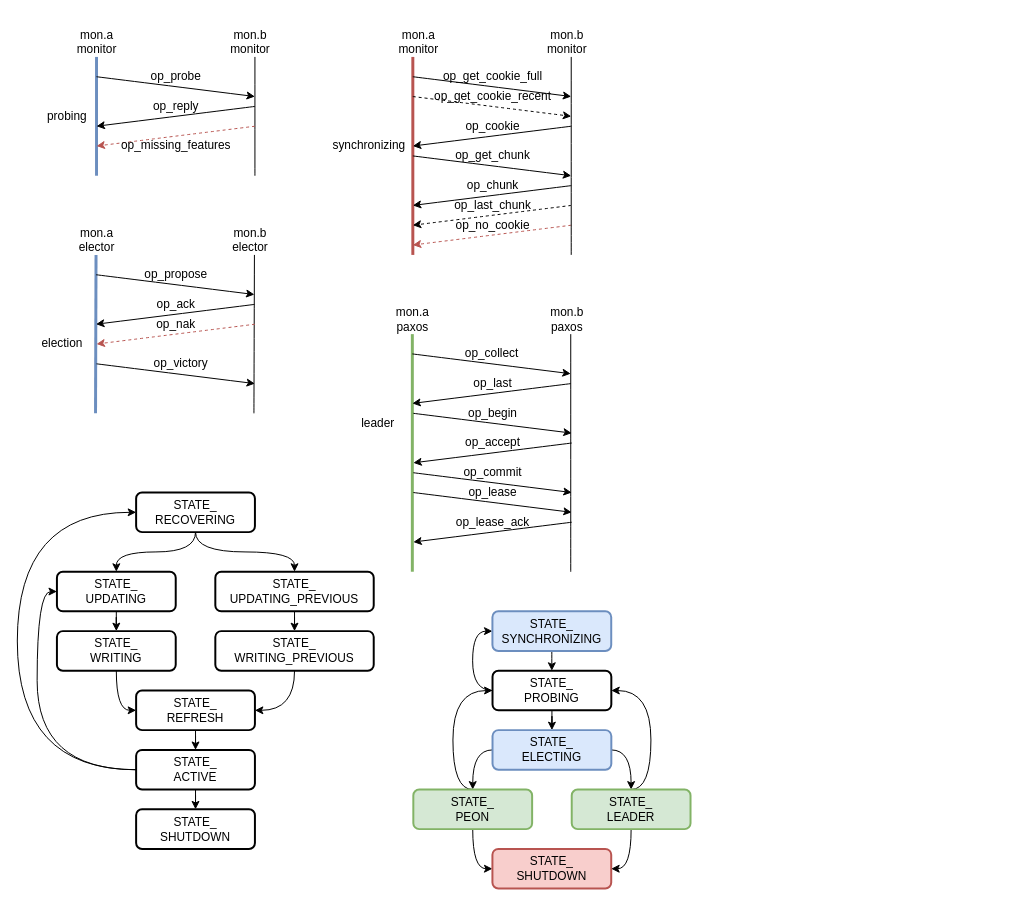
This is ceph/ceph-mon.drawio from EarthWind/deeparch, a draw.io file, before an edit. Source tidied: cells renumbered, new cells numbered last; positions are measured from the earlier drawing's top-left corner, leaving out a move shared by most shapes. Both pictures are drawn from the tidied source at 99%, with x=0, y=0 at pixel (17, 27). Pictures stored in the file or linked from it are replaced by grey dashed boxes.
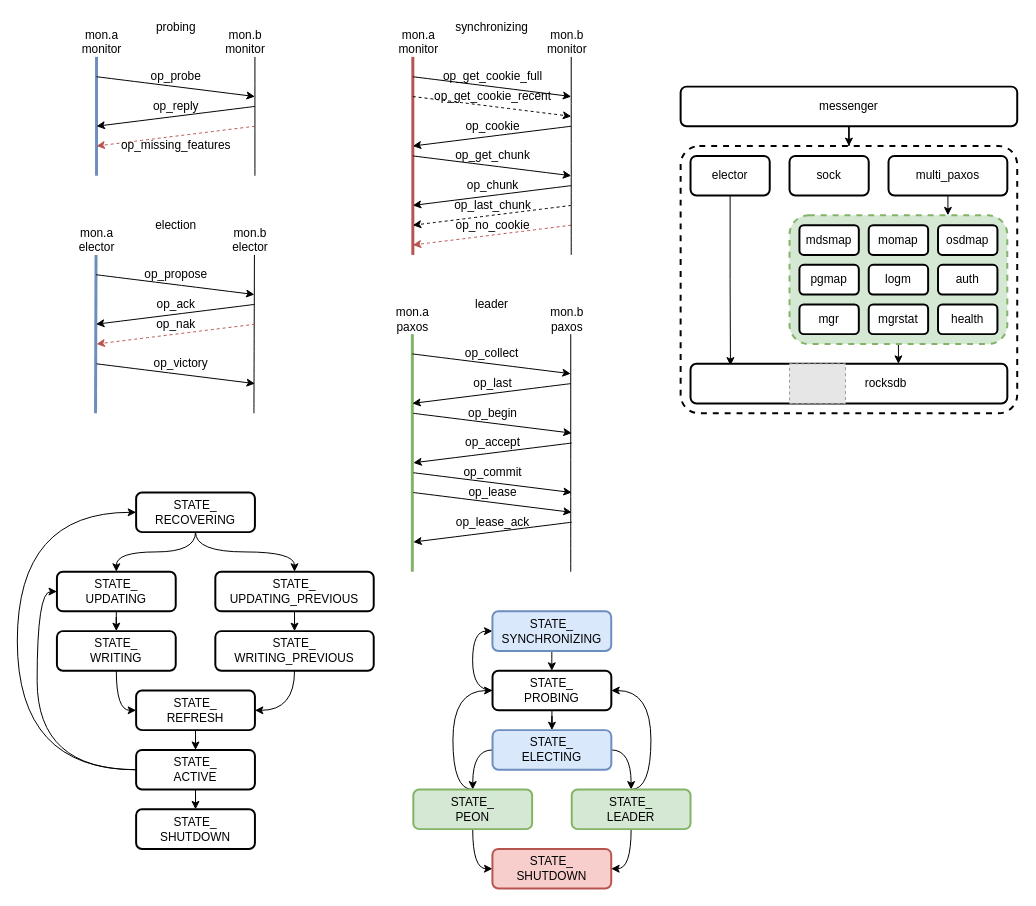
Above is the later version.

What changed in the source:
```diff
@@
+    <mxCell id="100" style="rounded=1;whiteSpace=wrap;html=1;strokeWidth=2;fillWeight=4;hachureGap=8;hachureAngle=45;sketch=0;arcSize=7;dashed=1;" parent="1" vertex="1">
+      <mxGeometry x="670" y="120" width="340" height="270" as="geometry" />
+    </mxCell>
@@
     <mxCell id="15" value="mon.a&lt;br&gt;monitor" style="text;html=1;align=center;verticalAlign=middle;strokeColor=none;fillColor=none;" parent="1" vertex="1">
-      <mxGeometry x="49.5" width="60" height="30" as="geometry" />
+      <mxGeometry x="54.5" width="60" height="30" as="geometry" />
     </mxCell>
@@
     <mxCell id="17" value="mon.b&lt;br&gt;monitor" style="text;html=1;align=center;verticalAlign=middle;strokeColor=none;fillColor=none;" parent="1" vertex="1">
-      <mxGeometry x="205" width="60" height="30" as="geometry" />
+      <mxGeometry x="200" width="60" height="30" as="geometry" />
     </mxCell>
@@
     <mxCell id="26" value="probing" style="text;html=1;align=center;verticalAlign=middle;strokeColor=none;fillColor=none;" parent="1" vertex="1">
-      <mxGeometry x="20" y="80" width="60" height="20" as="geometry" />
+      <mxGeometry x="129.5" y="-10" width="60" height="20" as="geometry" />
     </mxCell>
     <mxCell id="27" value="synchronizing" style="text;html=1;align=center;verticalAlign=middle;strokeColor=none;fillColor=none;" parent="1" vertex="1">
-      <mxGeometry x="310" y="110" width="90" height="20" as="geometry" />
+      <mxGeometry x="433.9" y="-10" width="90" height="20" as="geometry" />
     </mxCell>
@@
     <mxCell id="47" value="election" style="text;html=1;align=center;verticalAlign=middle;strokeColor=none;fillColor=none;" parent="1" vertex="1">
-      <mxGeometry x="14.5" y="310" width="60" height="20" as="geometry" />
+      <mxGeometry x="130" y="190" width="60" height="20" as="geometry" />
     </mxCell>
@@
     <mxCell id="79" value="leader" style="text;html=1;align=center;verticalAlign=middle;strokeColor=none;fillColor=none;" parent="1" vertex="1">
-      <mxGeometry x="339" y="390" width="50" height="20" as="geometry" />
+      <mxGeometry x="454" y="270" width="50" height="20" as="geometry" />
     </mxCell>
@@
+    <mxCell id="101" style="edgeStyle=orthogonalEdgeStyle;rounded=0;jettySize=auto;html=1;entryX=0.126;entryY=0.043;entryDx=0;entryDy=0;entryPerimeter=0;" parent="1" edge="1" source="102" target="119">
+      <mxGeometry relative="1" as="geometry" />
+    </mxCell>
+    <mxCell id="102" value="elector" style="rounded=1;whiteSpace=wrap;html=1;strokeWidth=2;fillWeight=4;hachureGap=8;hachureAngle=45;sketch=0;" parent="1" vertex="1">
+      <mxGeometry x="680" y="130" width="80" height="40" as="geometry" />
+    </mxCell>
+    <mxCell id="103" style="edgeStyle=orthogonalEdgeStyle;rounded=0;jettySize=auto;html=1;entryX=0.727;entryY=0;entryDx=0;entryDy=0;entryPerimeter=0;" parent="1" edge="1" source="104" target="109">
+      <mxGeometry relative="1" as="geometry" />
+    </mxCell>
+    <mxCell id="104" value="multi_paxos" style="rounded=1;whiteSpace=wrap;html=1;strokeWidth=2;fillWeight=4;hachureGap=8;hachureAngle=45;sketch=0;" parent="1" vertex="1">
+      <mxGeometry x="880" y="130" width="120" height="40" as="geometry" />
+    </mxCell>
+    <mxCell id="105" style="edgeStyle=orthogonalEdgeStyle;rounded=0;jettySize=auto;html=1;entryX=0.5;entryY=0;entryDx=0;entryDy=0;" parent="1" edge="1" source="106" target="100">
+      <mxGeometry relative="1" as="geometry" />
+    </mxCell>
+    <mxCell id="106" value="messenger" style="rounded=1;whiteSpace=wrap;html=1;strokeWidth=2;fillWeight=4;hachureGap=8;hachureAngle=45;sketch=0;" parent="1" vertex="1">
+      <mxGeometry x="670" y="60" width="340" height="40" as="geometry" />
+    </mxCell>
+    <mxCell id="107" value="sock" style="rounded=1;whiteSpace=wrap;html=1;strokeWidth=2;fillWeight=4;hachureGap=8;hachureAngle=45;sketch=0;" parent="1" vertex="1">
+      <mxGeometry x="780" y="130" width="80" height="40" as="geometry" />
+    </mxCell>
+    <mxCell id="108" style="edgeStyle=orthogonalEdgeStyle;rounded=0;jettySize=auto;html=1;entryX=0.656;entryY=0;entryDx=0;entryDy=0;entryPerimeter=0;" parent="1" edge="1" source="109" target="119">
+      <mxGeometry relative="1" as="geometry" />
+    </mxCell>
+    <mxCell id="109" style="rounded=1;whiteSpace=wrap;html=1;strokeWidth=2;fillWeight=4;hachureGap=8;hachureAngle=45;sketch=0;dashed=1;fillColor=#d5e8d4;strokeColor=#82b366;" parent="1" vertex="1">
+      <mxGeometry x="780" y="190" width="220" height="130" as="geometry" />
+    </mxCell>
+    <mxCell id="110" value="mdsmap" style="rounded=1;whiteSpace=wrap;html=1;strokeWidth=2;fillWeight=4;hachureGap=8;hachureAngle=45;sketch=0;" parent="1" vertex="1">
+      <mxGeometry x="790" y="200" width="60" height="30" as="geometry" />
+    </mxCell>
+    <mxCell id="111" value="momap" style="rounded=1;whiteSpace=wrap;html=1;strokeWidth=2;fillWeight=4;hachureGap=8;hachureAngle=45;sketch=0;" parent="1" vertex="1">
+      <mxGeometry x="860" y="200" width="60" height="30" as="geometry" />
+    </mxCell>
+    <mxCell id="112" value="osdmap" style="rounded=1;whiteSpace=wrap;html=1;strokeWidth=2;fillWeight=4;hachureGap=8;hachureAngle=45;sketch=0;" parent="1" vertex="1">
+      <mxGeometry x="930" y="200" width="60" height="30" as="geometry" />
+    </mxCell>
+    <mxCell id="113" value="pgmap" style="rounded=1;whiteSpace=wrap;html=1;strokeWidth=2;fillWeight=4;hachureGap=8;hachureAngle=45;sketch=0;" parent="1" vertex="1">
+      <mxGeometry x="790" y="240" width="60" height="30" as="geometry" />
+    </mxCell>
+    <mxCell id="114" value="logm" style="rounded=1;whiteSpace=wrap;html=1;strokeWidth=2;fillWeight=4;hachureGap=8;hachureAngle=45;sketch=0;" parent="1" vertex="1">
+      <mxGeometry x="860" y="240" width="60" height="30" as="geometry" />
+    </mxCell>
+    <mxCell id="115" value="auth" style="rounded=1;whiteSpace=wrap;html=1;strokeWidth=2;fillWeight=4;hachureGap=8;hachureAngle=45;sketch=0;" parent="1" vertex="1">
+      <mxGeometry x="930" y="240" width="60" height="30" as="geometry" />
+    </mxCell>
+    <mxCell id="116" value="mgr" style="rounded=1;whiteSpace=wrap;html=1;strokeWidth=2;fillWeight=4;hachureGap=8;hachureAngle=45;sketch=0;" parent="1" vertex="1">
+      <mxGeometry x="790" y="280" width="60" height="30" as="geometry" />
+    </mxCell>
+    <mxCell id="117" value="mgrstat" style="rounded=1;whiteSpace=wrap;html=1;strokeWidth=2;fillWeight=4;hachureGap=8;hachureAngle=45;sketch=0;" parent="1" vertex="1">
+      <mxGeometry x="860" y="280" width="60" height="30" as="geometry" />
+    </mxCell>
+    <mxCell id="118" value="health" style="rounded=1;whiteSpace=wrap;html=1;strokeWidth=2;fillWeight=4;hachureGap=8;hachureAngle=45;sketch=0;" parent="1" vertex="1">
+      <mxGeometry x="930" y="280" width="60" height="30" as="geometry" />
+    </mxCell>
+    <mxCell id="119" style="rounded=1;whiteSpace=wrap;html=1;strokeWidth=2;fillWeight=4;hachureGap=8;hachureAngle=45;sketch=0;" parent="1" vertex="1">
+      <mxGeometry x="680" y="340" width="320" height="40" as="geometry" />
+    </mxCell>
+    <mxCell id="120" style="fillColor=#E6E6E6;strokeColor=#999999;dashed=1;verticalLabelPosition=bottom;labelBackgroundColor=default;verticalAlign=top;" parent="1" vertex="1">
+      <mxGeometry x="780" y="340" width="56.5" height="40" as="geometry" />
+    </mxCell>
+    <mxCell id="121" value="rocksdb" style="text;html=1;align=center;verticalAlign=middle;strokeColor=none;fillColor=none;" parent="1" vertex="1">
+      <mxGeometry x="846.5" y="350" width="60" height="20" as="geometry" />
+    </mxCell>
```
